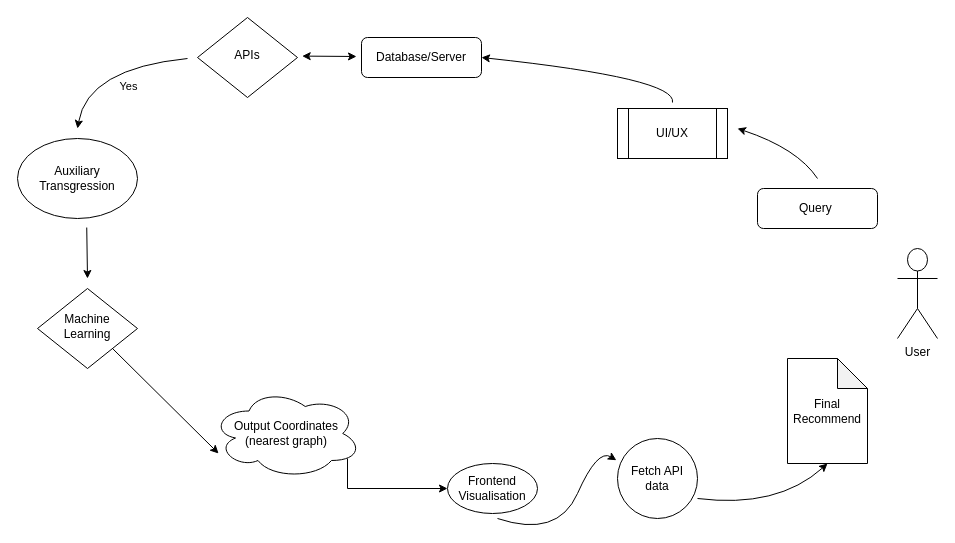
Above: page "Page-1" (1 of 2) of dir2/Untitled Diagram.drawio in akshatkalra0311/myappsample (draw.io), before the change. Source tidied: cells renumbered, new cells numbered last; positions are measured from the earlier drawing's top-left corner, leaving out a move shared by most shapes. Both pictures are drawn from the tidied source at 100%, with x=0, y=0 at pixel (17, 17).
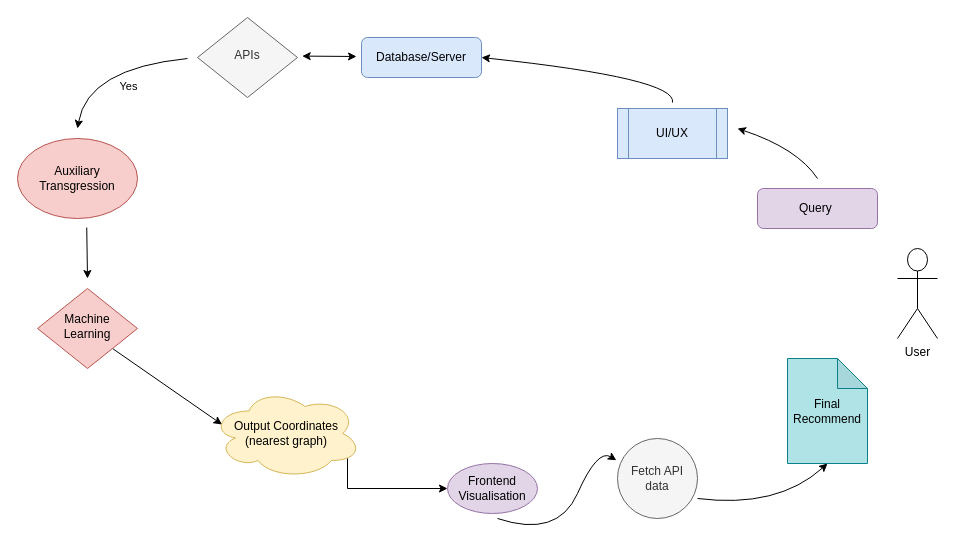
Above is the later version.

The edit, as a diff of the source:
```diff
@@
-    <mxCell id="2" value="Database/Server" style="rounded=1;whiteSpace=wrap;html=1;fontSize=12;glass=0;strokeWidth=1;shadow=0;" parent="1" vertex="1">
+    <mxCell id="2" value="Database/Server" style="rounded=1;whiteSpace=wrap;html=1;fontSize=12;glass=0;strokeWidth=1;shadow=0;fillColor=#dae8fc;strokeColor=#6c8ebf;" parent="1" vertex="1">
       <mxGeometry x="344" y="20" width="120" height="40" as="geometry" />
     </mxCell>
-    <mxCell id="3" value="APIs" style="rhombus;whiteSpace=wrap;html=1;shadow=0;fontFamily=Helvetica;fontSize=12;align=center;strokeWidth=1;spacing=6;spacingTop=-4;" parent="1" vertex="1">
+    <mxCell id="3" value="APIs" style="rhombus;whiteSpace=wrap;html=1;shadow=0;fontFamily=Helvetica;fontSize=12;align=center;strokeWidth=1;spacing=6;spacingTop=-4;fillColor=#f5f5f5;fontColor=#333333;strokeColor=#666666;" parent="1" vertex="1">
       <mxGeometry x="180" width="100" height="80" as="geometry" />
     </mxCell>
-    <mxCell id="4" value="Query&amp;nbsp;" style="rounded=1;whiteSpace=wrap;html=1;fontSize=12;glass=0;strokeWidth=1;shadow=0;" parent="1" vertex="1">
+    <mxCell id="4" value="Query&amp;nbsp;" style="rounded=1;whiteSpace=wrap;html=1;fontSize=12;glass=0;strokeWidth=1;shadow=0;fillColor=#e1d5e7;strokeColor=#9673a6;" parent="1" vertex="1">
       <mxGeometry x="740" y="171" width="120" height="40" as="geometry" />
     </mxCell>
-    <mxCell id="5" value="Frontend Visualisation" style="ellipse;whiteSpace=wrap;html=1;" parent="1" vertex="1">
+    <mxCell id="5" value="Frontend Visualisation" style="ellipse;whiteSpace=wrap;html=1;fillColor=#e1d5e7;strokeColor=#9673a6;" parent="1" vertex="1">
       <mxGeometry x="430" y="446" width="90" height="50" as="geometry" />
     </mxCell>
-    <mxCell id="6" value="Auxiliary Transgression" style="ellipse;whiteSpace=wrap;html=1;" parent="1" vertex="1">
+    <mxCell id="6" value="Auxiliary Transgression" style="ellipse;whiteSpace=wrap;html=1;fillColor=#f8cecc;strokeColor=#b85450;" parent="1" vertex="1">
       <mxGeometry y="121" width="120" height="80" as="geometry" />
     </mxCell>
-    <mxCell id="7" value="Output Coordinates (nearest graph)" style="ellipse;shape=cloud;whiteSpace=wrap;html=1;" parent="1" vertex="1">
+    <mxCell id="7" value="Output Coordinates (nearest graph)" style="ellipse;shape=cloud;whiteSpace=wrap;html=1;fillColor=#fff2cc;strokeColor=#d6b656;" parent="1" vertex="1">
       <mxGeometry x="194" y="371" width="150" height="90" as="geometry" />
     </mxCell>
-    <mxCell id="8" value="UI/UX" style="shape=process;whiteSpace=wrap;html=1;backgroundOutline=1;" parent="1" vertex="1">
+    <mxCell id="8" value="UI/UX" style="shape=process;whiteSpace=wrap;html=1;backgroundOutline=1;fillColor=#dae8fc;strokeColor=#6c8ebf;" parent="1" vertex="1">
       <mxGeometry x="600" y="91" width="110" height="50" as="geometry" />
     </mxCell>
-    <mxCell id="9" value="Fetch API data" style="ellipse;whiteSpace=wrap;html=1;" parent="1" vertex="1">
+    <mxCell id="9" value="Fetch API data" style="ellipse;whiteSpace=wrap;html=1;fillColor=#f5f5f5;strokeColor=#666666;fontColor=#333333;" parent="1" vertex="1">
       <mxGeometry x="600" y="421" width="80" height="80" as="geometry" />
     </mxCell>
@@
-    <mxCell id="16" style="endArrow=classic;html=1;rounded=0;exitX=1;exitY=1;exitDx=0;exitDy=0;entryX=0.047;entryY=0.722;entryDx=0;entryDy=0;entryPerimeter=0;" parent="1" edge="1" source="20" target="7">
+    <mxCell id="16" style="endArrow=classic;html=1;rounded=0;exitX=1;exitY=1;exitDx=0;exitDy=0;entryX=0.07;entryY=0.4;entryDx=0;entryDy=0;entryPerimeter=0;" parent="1" edge="1" source="20" target="7">
       <mxGeometry relative="1" as="geometry" />
     </mxCell>
@@
-    <mxCell id="18" value="Final Recommend" style="shape=note;whiteSpace=wrap;html=1;backgroundOutline=1;darkOpacity=0.05;" parent="1" vertex="1">
+    <mxCell id="18" value="Final Recommend" style="shape=note;whiteSpace=wrap;html=1;backgroundOutline=1;darkOpacity=0.05;fillColor=#b0e3e6;strokeColor=#0e8088;" parent="1" vertex="1">
       <mxGeometry x="770" y="341" width="80" height="105" as="geometry" />
     </mxCell>
@@
-    <mxCell id="20" value="Machine Learning" style="rhombus;whiteSpace=wrap;html=1;shadow=0;fontFamily=Helvetica;fontSize=12;align=center;strokeWidth=1;spacing=6;spacingTop=-4;" parent="1" vertex="1">
+    <mxCell id="20" value="Machine Learning" style="rhombus;whiteSpace=wrap;html=1;shadow=0;fontFamily=Helvetica;fontSize=12;align=center;strokeWidth=1;spacing=6;spacingTop=-4;fillColor=#f8cecc;strokeColor=#b85450;" parent="1" vertex="1">
       <mxGeometry x="20" y="271" width="100" height="80" as="geometry" />
     </mxCell>
```
